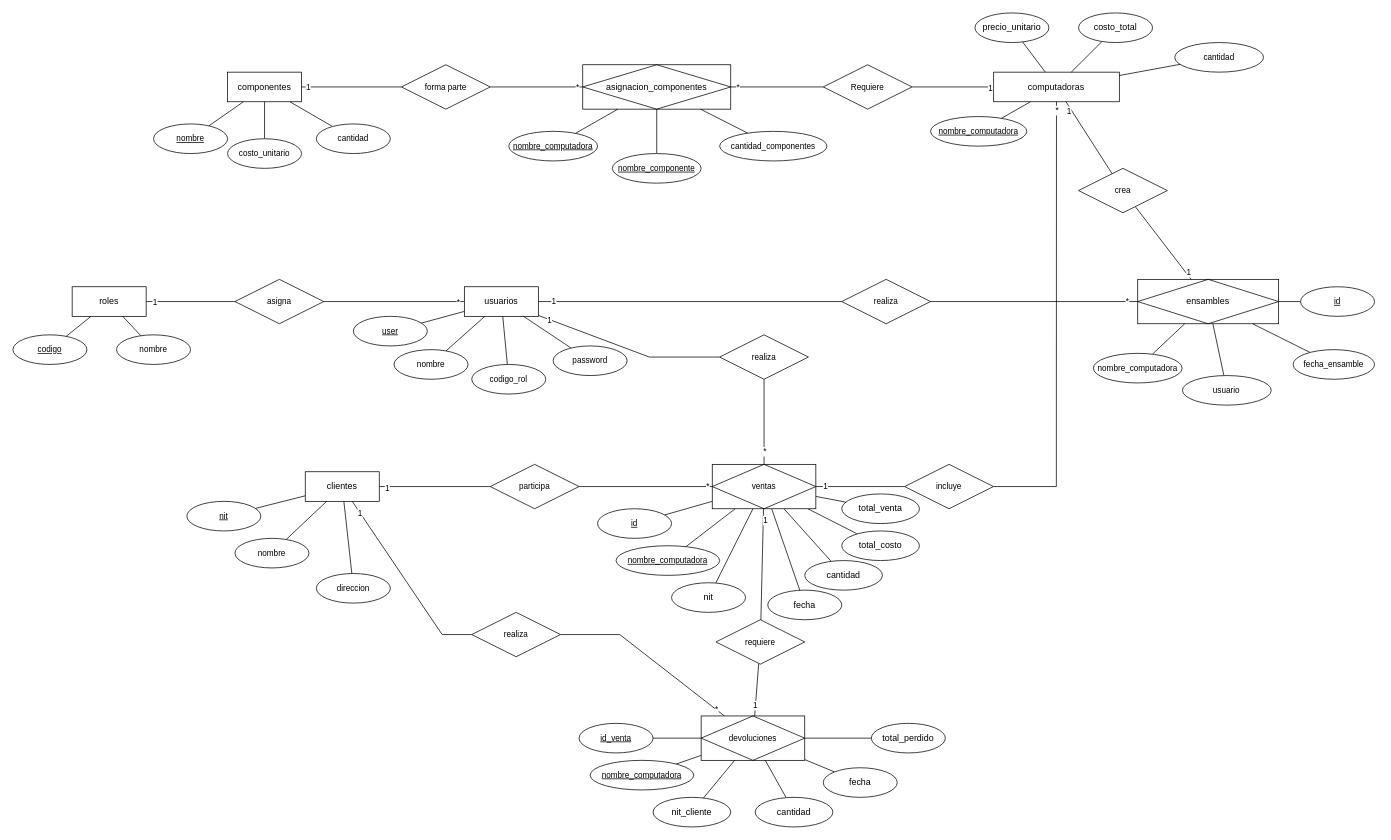
Above: page "ER" (2 of 2) of Documentación/La Computadora Feliz IPC2 1S 2025.drawio in Emahch/Proyecto-1-IPC2-S2-2025 (draw.io), before the change. Source tidied: cells renumbered, new cells numbered last; positions are measured from the earlier drawing's top-left corner, leaving out a move shared by most shapes. Both pictures are drawn from the tidied source at 74%, with x=0, y=0 at pixel (13, 13).
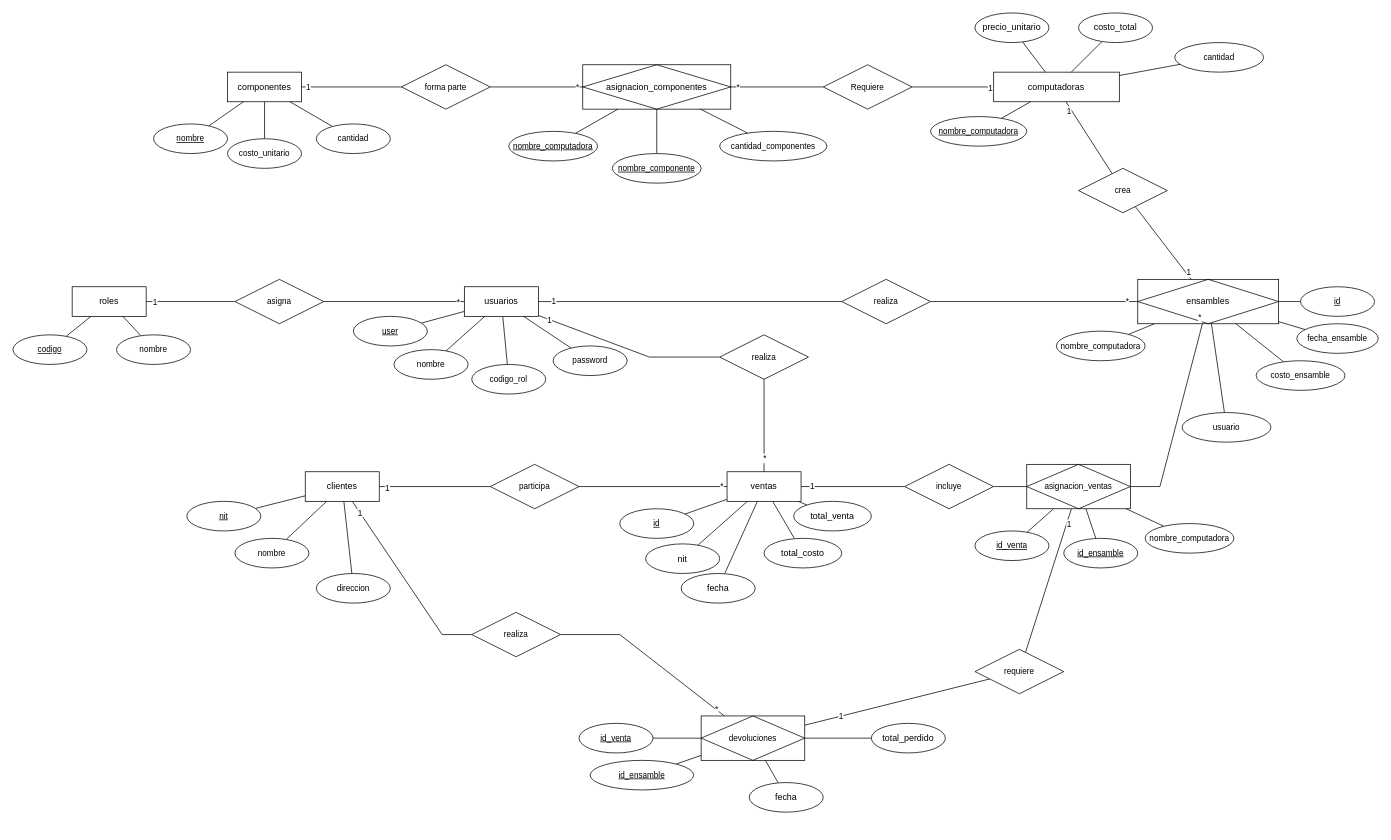
Above is the later version.

The change refers to these unchanged cells:
```xml
<mxCell id="7" value="computadoras" style="whiteSpace=wrap;html=1;align=center;" parent="1" vertex="1">
  <mxGeometry x="1325.3" y="80" width="169.8" height="40" as="geometry" />
</mxCell>
<mxCell id="23" value="ensambles" style="shape=associativeEntity;whiteSpace=wrap;html=1;align=center;" parent="1" vertex="1">
  <mxGeometry x="1520" y="360" width="190.4" height="60" as="geometry" />
</mxCell>
<mxCell id="49" value="devoluciones" style="shape=associativeEntity;whiteSpace=wrap;html=1;align=center;fontFamily=Helvetica;fontSize=11;fontColor=default;labelBackgroundColor=default;" parent="1" vertex="1">
  <mxGeometry x="930" y="950" width="140" height="60" as="geometry" />
</mxCell>
<mxCell id="109" value="incluye" style="shape=rhombus;perimeter=rhombusPerimeter;whiteSpace=wrap;html=1;align=center;fontFamily=Helvetica;fontSize=11;fontColor=default;labelBackgroundColor=default;" parent="1" vertex="1">
  <mxGeometry x="1205" y="610" width="120" height="60" as="geometry" />
</mxCell>
```

The edit, as a diff of the source:
```diff
@@
     <mxCell id="27" value="nombre_computadora" style="ellipse;whiteSpace=wrap;html=1;align=center;fontFamily=Helvetica;fontSize=11;fontColor=default;labelBackgroundColor=default;" parent="1" vertex="1">
-      <mxGeometry x="1460" y="460" width="120" height="40" as="geometry" />
+      <mxGeometry x="1410" y="430" width="120" height="40" as="geometry" />
     </mxCell>
@@
     <mxCell id="29" value="usuario" style="ellipse;whiteSpace=wrap;html=1;align=center;fontFamily=Helvetica;fontSize=11;fontColor=default;labelBackgroundColor=default;" parent="1" vertex="1">
-      <mxGeometry x="1580.4" y="490" width="120" height="40" as="geometry" />
+      <mxGeometry x="1580" y="540" width="120" height="40" as="geometry" />
     </mxCell>
@@
     <mxCell id="31" value="fecha_ensamble" style="ellipse;whiteSpace=wrap;html=1;align=center;fontFamily=Helvetica;fontSize=11;fontColor=default;labelBackgroundColor=default;" parent="1" vertex="1">
-      <mxGeometry x="1730" y="455" width="110" height="40" as="geometry" />
+      <mxGeometry x="1735" y="420" width="110" height="40" as="geometry" />
     </mxCell>
@@
     <mxCell id="33" value="id" style="ellipse;whiteSpace=wrap;html=1;align=center;fontStyle=4;fontFamily=Helvetica;fontSize=11;fontColor=default;labelBackgroundColor=default;" parent="1" vertex="1">
-      <mxGeometry x="790" y="670" width="100" height="40" as="geometry" />
+      <mxGeometry x="820" y="670" width="100" height="40" as="geometry" />
     </mxCell>
@@
     <mxCell id="35" value="fecha" style="ellipse;whiteSpace=wrap;html=1;align=center;" parent="1" vertex="1">
-      <mxGeometry x="1020" y="780" width="100" height="40" as="geometry" />
+      <mxGeometry x="903" y="757.5" width="100" height="40" as="geometry" />
     </mxCell>
-    <mxCell id="36" style="edgeStyle=none;shape=connector;rounded=0;jettySize=auto;html=1;strokeColor=default;align=center;verticalAlign=middle;fontFamily=Helvetica;fontSize=11;fontColor=default;labelBackgroundColor=default;startFill=0;endArrow=none;" parent="1" edge="1" source="37" target="42">
-      <mxGeometry relative="1" as="geometry" />
-    </mxCell>
-    <mxCell id="37" value="cantidad" style="ellipse;whiteSpace=wrap;html=1;align=center;" parent="1" vertex="1">
-      <mxGeometry x="1070" y="740" width="105" height="40" as="geometry" />
-    </mxCell>
@@
-    <mxCell id="42" value="ventas" style="shape=associativeEntity;whiteSpace=wrap;html=1;align=center;fontFamily=Helvetica;fontSize=11;fontColor=default;labelBackgroundColor=default;" parent="1" vertex="1">
-      <mxGeometry x="945" y="610" width="140" height="60" as="geometry" />
-    </mxCell>
@@
     <mxCell id="44" value="fecha" style="ellipse;whiteSpace=wrap;html=1;align=center;" parent="1" vertex="1">
-      <mxGeometry x="1095" y="1020" width="100" height="40" as="geometry" />
+      <mxGeometry x="995" y="1040" width="100" height="40" as="geometry" />
     </mxCell>
@@
     <mxCell id="81" value="nit" style="ellipse;whiteSpace=wrap;html=1;align=center;" parent="1" vertex="1">
-      <mxGeometry x="890" y="770" width="100" height="40" as="geometry" />
+      <mxGeometry x="855" y="717.5" width="100" height="40" as="geometry" />
     </mxCell>
@@
-    <mxCell id="107" style="edgeStyle=none;shape=connector;rounded=0;jettySize=auto;html=1;strokeColor=default;align=center;verticalAlign=middle;fontFamily=Helvetica;fontSize=11;fontColor=default;labelBackgroundColor=default;startFill=0;endArrow=none;" parent="1" edge="1" source="109" target="7">
+    <mxCell id="107" style="edgeStyle=none;shape=connector;rounded=0;jettySize=auto;html=1;strokeColor=default;align=center;verticalAlign=middle;fontFamily=Helvetica;fontSize=11;fontColor=default;labelBackgroundColor=default;startFill=0;endArrow=none;" parent="1" edge="1" source="136" target="23">
       <mxGeometry relative="1" as="geometry">
         <Array as="points">
-          <mxPoint x="1410" y="640" />
+          <mxPoint x="1550" y="640" />
         </Array>
       </mxGeometry>
     </mxCell>
@@
-    <mxCell id="112" style="edgeStyle=none;shape=connector;rounded=0;jettySize=auto;html=1;strokeColor=default;align=center;verticalAlign=middle;fontFamily=Helvetica;fontSize=11;fontColor=default;labelBackgroundColor=default;startFill=0;endArrow=none;" parent="1" edge="1" source="113" target="42">
-      <mxGeometry relative="1" as="geometry" />
-    </mxCell>
-    <mxCell id="113" value="nombre_computadora" style="ellipse;whiteSpace=wrap;html=1;align=center;fontStyle=4;fontFamily=Helvetica;fontSize=11;fontColor=default;labelBackgroundColor=default;" parent="1" vertex="1">
-      <mxGeometry x="815" y="720" width="140" height="40" as="geometry" />
-    </mxCell>
@@
-    <mxCell id="122" style="edgeStyle=none;shape=connector;rounded=0;jettySize=auto;html=1;strokeColor=default;align=center;verticalAlign=middle;fontFamily=Helvetica;fontSize=11;fontColor=default;labelBackgroundColor=default;startFill=0;endArrow=none;" parent="1" edge="1" source="124" target="42">
+    <mxCell id="122" style="edgeStyle=none;shape=connector;rounded=0;jettySize=auto;html=1;strokeColor=default;align=center;verticalAlign=middle;fontFamily=Helvetica;fontSize=11;fontColor=default;labelBackgroundColor=default;startFill=0;endArrow=none;" parent="1" edge="1" source="124" target="136">
       <mxGeometry relative="1" as="geometry" />
     </mxCell>
@@
     <mxCell id="124" value="requiere" style="shape=rhombus;perimeter=rhombusPerimeter;whiteSpace=wrap;html=1;align=center;fontFamily=Helvetica;fontSize=11;fontColor=default;labelBackgroundColor=default;" parent="1" vertex="1">
-      <mxGeometry x="950" y="820" width="120" height="60" as="geometry" />
+      <mxGeometry x="1300" y="860" width="120" height="60" as="geometry" />
     </mxCell>
@@
-    <mxCell id="126" value="nombre_computadora" style="ellipse;whiteSpace=wrap;html=1;align=center;fontStyle=4;fontFamily=Helvetica;fontSize=11;fontColor=default;labelBackgroundColor=default;" parent="1" vertex="1">
+    <mxCell id="126" value="id_ensamble" style="ellipse;whiteSpace=wrap;html=1;align=center;fontStyle=4;fontFamily=Helvetica;fontSize=11;fontColor=default;labelBackgroundColor=default;" parent="1" vertex="1">
       <mxGeometry x="780" y="1010" width="140" height="40" as="geometry" />
     </mxCell>
-    <mxCell id="127" style="edgeStyle=none;shape=connector;rounded=0;jettySize=auto;html=1;strokeColor=default;align=center;verticalAlign=middle;fontFamily=Helvetica;fontSize=11;fontColor=default;labelBackgroundColor=default;startFill=0;endArrow=none;" parent="1" edge="1" source="128" target="49">
-      <mxGeometry relative="1" as="geometry" />
-    </mxCell>
-    <mxCell id="128" value="cantidad" style="ellipse;whiteSpace=wrap;html=1;align=center;" parent="1" vertex="1">
-      <mxGeometry x="1003" y="1060" width="105" height="40" as="geometry" />
-    </mxCell>
     <mxCell id="129" value="&lt;div&gt;total_venta&lt;/div&gt;" style="ellipse;whiteSpace=wrap;html=1;align=center;" parent="1" vertex="1">
-      <mxGeometry x="1120" y="650" width="105" height="40" as="geometry" />
+      <mxGeometry x="1055" y="660" width="105" height="40" as="geometry" />
     </mxCell>
     <mxCell id="130" value="&lt;div&gt;total_costo&lt;/div&gt;" style="ellipse;whiteSpace=wrap;html=1;align=center;" parent="1" vertex="1">
-      <mxGeometry x="1120" y="700" width="105" height="40" as="geometry" />
+      <mxGeometry x="1015" y="710" width="105" height="40" as="geometry" />
     </mxCell>
-    <mxCell id="131" style="edgeStyle=none;shape=connector;rounded=0;jettySize=auto;html=1;strokeColor=default;align=center;verticalAlign=middle;fontFamily=Helvetica;fontSize=11;fontColor=default;labelBackgroundColor=default;startFill=0;endArrow=none;" parent="1" edge="1" source="132" target="49">
-      <mxGeometry relative="1" as="geometry" />
-    </mxCell>
-    <mxCell id="132" value="nit_cliente" style="ellipse;whiteSpace=wrap;html=1;align=center;" parent="1" vertex="1">
-      <mxGeometry x="865" y="1060" width="105" height="40" as="geometry" />
-    </mxCell>
+    <mxCell id="133" style="edgeStyle=none;shape=connector;rounded=0;jettySize=auto;html=1;strokeColor=default;align=center;verticalAlign=middle;fontFamily=Helvetica;fontSize=11;fontColor=default;labelBackgroundColor=default;startFill=0;endArrow=none;" parent="1" edge="1" source="134" target="23">
+      <mxGeometry relative="1" as="geometry" />
+    </mxCell>
+    <mxCell id="134" value="costo_ensamble" style="ellipse;whiteSpace=wrap;html=1;align=center;fontFamily=Helvetica;fontSize=11;fontColor=default;labelBackgroundColor=default;" parent="1" vertex="1">
+      <mxGeometry x="1680" y="470" width="120" height="40" as="geometry" />
+    </mxCell>
+    <mxCell id="135" style="edgeStyle=none;shape=connector;rounded=0;jettySize=auto;html=1;strokeColor=default;align=center;verticalAlign=middle;fontFamily=Helvetica;fontSize=11;fontColor=default;labelBackgroundColor=default;startFill=0;endArrow=none;" parent="1" edge="1" source="136" target="109">
+      <mxGeometry relative="1" as="geometry" />
+    </mxCell>
+    <mxCell id="136" value="&lt;div&gt;asignacion_ventas&lt;/div&gt;" style="shape=associativeEntity;whiteSpace=wrap;html=1;align=center;fontFamily=Helvetica;fontSize=11;fontColor=default;labelBackgroundColor=default;" parent="1" vertex="1">
+      <mxGeometry x="1370" y="610" width="140" height="60" as="geometry" />
+    </mxCell>
+    <mxCell id="42" value="ventas" style="whiteSpace=wrap;html=1;align=center;" parent="1" vertex="1">
+      <mxGeometry x="965" y="620" width="100" height="40" as="geometry" />
+    </mxCell>
+    <mxCell id="137" style="edgeStyle=none;shape=connector;rounded=0;jettySize=auto;html=1;strokeColor=default;align=center;verticalAlign=middle;fontFamily=Helvetica;fontSize=11;fontColor=default;labelBackgroundColor=default;startFill=0;endArrow=none;" parent="1" edge="1" source="138" target="136">
+      <mxGeometry relative="1" as="geometry" />
+    </mxCell>
+    <mxCell id="138" value="&lt;div&gt;id_venta&lt;/div&gt;" style="ellipse;whiteSpace=wrap;html=1;align=center;fontStyle=4;fontFamily=Helvetica;fontSize=11;fontColor=default;labelBackgroundColor=default;" parent="1" vertex="1">
+      <mxGeometry x="1300" y="700" width="100" height="40" as="geometry" />
+    </mxCell>
+    <mxCell id="139" style="edgeStyle=none;shape=connector;rounded=0;jettySize=auto;html=1;strokeColor=default;align=center;verticalAlign=middle;fontFamily=Helvetica;fontSize=11;fontColor=default;labelBackgroundColor=default;startFill=0;endArrow=none;" parent="1" edge="1" source="140" target="136">
+      <mxGeometry relative="1" as="geometry" />
+    </mxCell>
+    <mxCell id="140" value="id_ensamble" style="ellipse;whiteSpace=wrap;html=1;align=center;fontStyle=4;fontFamily=Helvetica;fontSize=11;fontColor=default;labelBackgroundColor=default;" parent="1" vertex="1">
+      <mxGeometry x="1420" y="710" width="100" height="40" as="geometry" />
+    </mxCell>
+    <mxCell id="141" style="edgeStyle=none;shape=connector;rounded=0;jettySize=auto;html=1;strokeColor=default;align=center;verticalAlign=middle;fontFamily=Helvetica;fontSize=11;fontColor=default;labelBackgroundColor=default;startFill=0;endArrow=none;" parent="1" edge="1" source="113" target="136">
+      <mxGeometry relative="1" as="geometry" />
+    </mxCell>
+    <mxCell id="113" value="nombre_computadora" style="ellipse;whiteSpace=wrap;html=1;align=center;fontFamily=Helvetica;fontSize=11;fontColor=default;labelBackgroundColor=default;" parent="1" vertex="1">
+      <mxGeometry x="1530" y="690" width="120" height="40" as="geometry" />
+    </mxCell>
```
